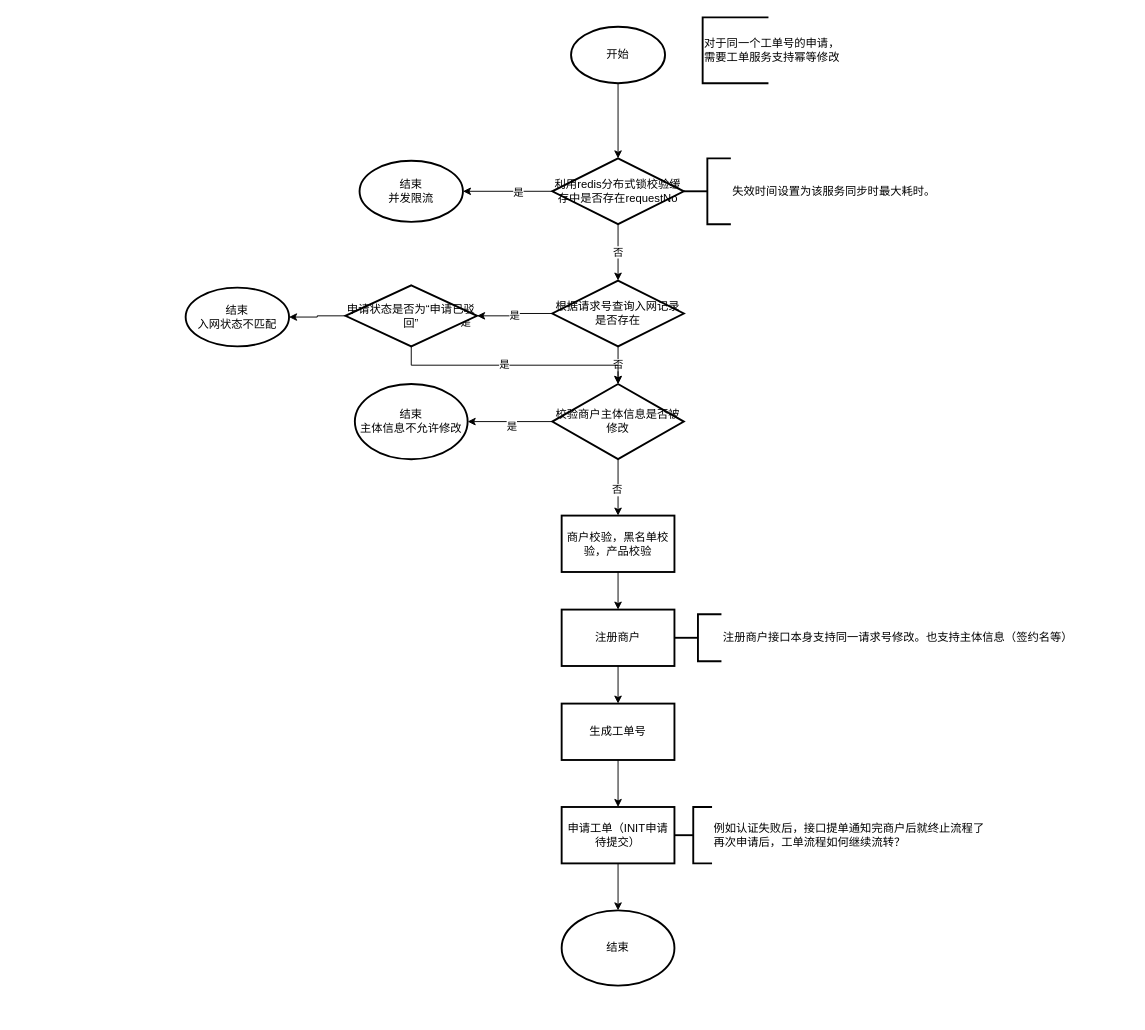
Earlier version of the draw.io diagram Untitled Diagram.drawio (fengyong7723131/work). Source tidied: cells renumbered, new cells numbered last; positions are measured from the earlier drawing's top-left corner, leaving out a move shared by most shapes. Both pictures are drawn from the tidied source at 94%, with x=0, y=0 at pixel (185, 17).
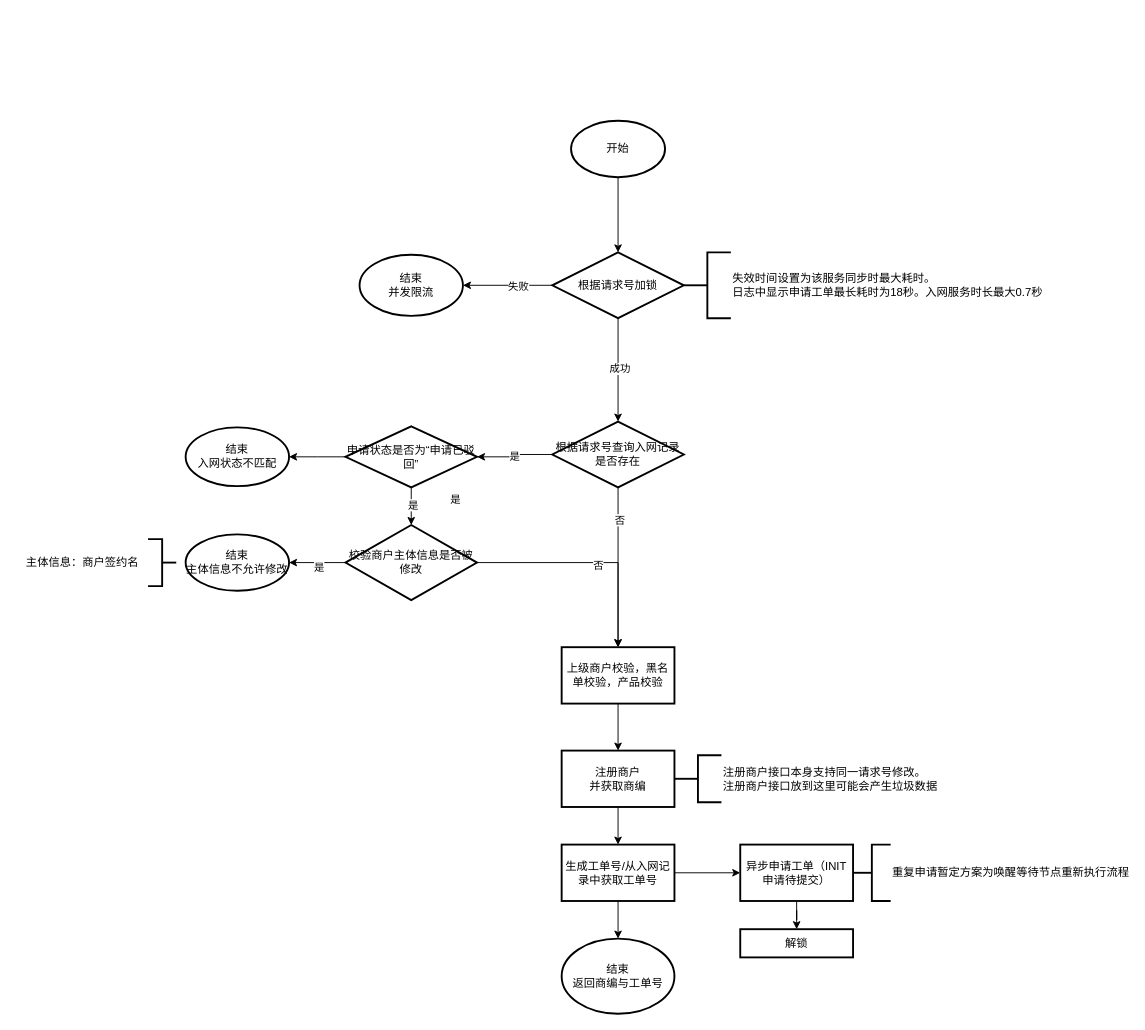
The same diagram, later.

The change refers to these unchanged cells:
```xml
<mxCell id="23" style="edgeStyle=orthogonalEdgeStyle;rounded=0;jettySize=auto;html=1;" parent="1" edge="1" source="26" target="28">
  <mxGeometry relative="1" as="geometry" />
</mxCell>
```

The edit, as a diff of the source:
```diff
@@
     <mxCell id="3" value="开始" style="strokeWidth=2;html=1;shape=mxgraph.flowchart.start_1;whiteSpace=wrap;" parent="1" vertex="1">
-      <mxGeometry x="410" y="10" width="100" height="60" as="geometry" />
+      <mxGeometry x="410" y="110" width="100" height="60" as="geometry" />
     </mxCell>
@@
-    <mxCell id="5" value="商户校验，黑名单校验，产品校验" style="whiteSpace=wrap;html=1;strokeWidth=2;" parent="1" vertex="1">
-      <mxGeometry x="400" y="530" width="120" height="60" as="geometry" />
+    <mxCell id="5" value="上级商户校验，黑名单校验，产品校验" style="whiteSpace=wrap;html=1;strokeWidth=2;" parent="1" vertex="1">
+      <mxGeometry x="400" y="670" width="120" height="60" as="geometry" />
     </mxCell>
@@
-    <mxCell id="7" value="注册商户" style="whiteSpace=wrap;html=1;strokeWidth=2;" parent="1" vertex="1">
-      <mxGeometry x="400" y="630" width="120" height="60" as="geometry" />
+    <mxCell id="7" value="注册商户&lt;br&gt;并获取商编" style="whiteSpace=wrap;html=1;strokeWidth=2;" parent="1" vertex="1">
+      <mxGeometry x="400" y="780" width="120" height="60" as="geometry" />
     </mxCell>
+    <mxCell id="38" style="edgeStyle=orthogonalEdgeStyle;rounded=0;jettySize=auto;html=1;exitX=0.5;exitY=1;exitDx=0;exitDy=0;" parent="1" edge="1" source="9" target="12">
+      <mxGeometry relative="1" as="geometry" />
+    </mxCell>
@@
-    <mxCell id="9" value="生成工单号" style="whiteSpace=wrap;html=1;strokeWidth=2;" parent="1" vertex="1">
-      <mxGeometry x="400" y="730" width="120" height="60" as="geometry" />
+    <mxCell id="9" value="生成工单号/从入网记录中获取工单号" style="whiteSpace=wrap;html=1;strokeWidth=2;" parent="1" vertex="1">
+      <mxGeometry x="400" y="880" width="120" height="60" as="geometry" />
     </mxCell>
-    <mxCell id="10" style="edgeStyle=orthogonalEdgeStyle;rounded=0;jettySize=auto;html=1;" parent="1" edge="1" source="11" target="12">
-      <mxGeometry relative="1" as="geometry" />
-    </mxCell>
+    <mxCell id="39" style="edgeStyle=orthogonalEdgeStyle;rounded=0;jettySize=auto;html=1;" parent="1" edge="1" source="11" target="45">
+      <mxGeometry relative="1" as="geometry" />
+    </mxCell>
-    <mxCell id="11" value="申请工单（INIT申请待提交）" style="whiteSpace=wrap;html=1;strokeWidth=2;" parent="1" vertex="1">
-      <mxGeometry x="400" y="840" width="120" height="60" as="geometry" />
+    <mxCell id="11" value="异步申请工单（INIT申请待提交）" style="whiteSpace=wrap;html=1;strokeWidth=2;" parent="1" vertex="1">
+      <mxGeometry x="590" y="880" width="120" height="60" as="geometry" />
     </mxCell>
-    <mxCell id="12" value="结束" style="ellipse;whiteSpace=wrap;html=1;strokeWidth=2;" parent="1" vertex="1">
-      <mxGeometry x="400" y="950" width="120" height="80" as="geometry" />
+    <mxCell id="12" value="结束&lt;br&gt;返回商编与工单号" style="ellipse;whiteSpace=wrap;html=1;strokeWidth=2;" parent="1" vertex="1">
+      <mxGeometry x="400" y="980" width="120" height="80" as="geometry" />
     </mxCell>
@@
-    <mxCell id="15" value="否" style="edgeStyle=orthogonalEdgeStyle;rounded=0;jettySize=auto;html=1;entryX=0.5;entryY=0;entryDx=0;entryDy=0;entryPerimeter=0;" parent="1" edge="1" source="16" target="35">
-      <mxGeometry relative="1" as="geometry" />
-    </mxCell>
+    <mxCell id="40" style="edgeStyle=orthogonalEdgeStyle;rounded=0;jettySize=auto;html=1;exitX=0.5;exitY=1;exitDx=0;exitDy=0;exitPerimeter=0;entryX=0.5;entryY=0;entryDx=0;entryDy=0;" parent="1" edge="1" source="16" target="5">
+      <mxGeometry relative="1" as="geometry" />
+    </mxCell>
+    <mxCell id="41" value="否" style="edgeLabel;html=1;align=center;verticalAlign=middle;" parent="40" vertex="1">
+      <mxGeometry x="-0.6" y="1" relative="1" as="geometry" />
+    </mxCell>
     <mxCell id="16" value="根据请求号查询入网记录是否存在" style="strokeWidth=2;html=1;shape=mxgraph.flowchart.decision;whiteSpace=wrap;" parent="1" vertex="1">
-      <mxGeometry x="390" y="280" width="140" height="70" as="geometry" />
+      <mxGeometry x="390" y="430" width="140" height="70" as="geometry" />
     </mxCell>
-    <mxCell id="17" value="对于同一个工单号的申请，&lt;br&gt;需要工单服务支持幂等修改" style="strokeWidth=2;html=1;shape=mxgraph.flowchart.annotation_1;align=left;" parent="1" vertex="1">
-      <mxGeometry x="550" width="70" height="70" as="geometry" />
-    </mxCell>
@@
     <mxCell id="22" value="申请状态是否为“申请已驳回”" style="strokeWidth=2;html=1;shape=mxgraph.flowchart.decision;whiteSpace=wrap;" parent="1" vertex="1">
-      <mxGeometry x="170" y="285" width="140" height="65" as="geometry" />
+      <mxGeometry x="170" y="435" width="140" height="65" as="geometry" />
     </mxCell>
@@
-    <mxCell id="24" value="是" style="edgeLabel;html=1;align=center;verticalAlign=middle;" parent="23" vertex="1">
+    <mxCell id="24" value="失败" style="edgeLabel;html=1;align=center;verticalAlign=middle;" parent="23" vertex="1">
       <mxGeometry x="-0.23" relative="1" as="geometry" />
     </mxCell>
-    <mxCell id="25" value="否" style="edgeStyle=orthogonalEdgeStyle;rounded=0;jettySize=auto;html=1;entryX=0.5;entryY=0;entryDx=0;entryDy=0;entryPerimeter=0;" parent="1" edge="1" source="26" target="16">
+    <mxCell id="25" style="edgeStyle=orthogonalEdgeStyle;rounded=0;jettySize=auto;html=1;entryX=0.5;entryY=0;entryDx=0;entryDy=0;entryPerimeter=0;" parent="1" edge="1" source="26" target="16">
       <mxGeometry relative="1" as="geometry" />
     </mxCell>
+    <mxCell id="42" value="成功" style="edgeLabel;html=1;align=center;verticalAlign=middle;" parent="25" vertex="1">
+      <mxGeometry x="-0.03" y="1" relative="1" as="geometry" />
+    </mxCell>
-    <mxCell id="26" value="利用redis分布式锁校验缓存中是否存在requestNo" style="strokeWidth=2;html=1;shape=mxgraph.flowchart.decision;whiteSpace=wrap;" parent="1" vertex="1">
-      <mxGeometry x="390" y="150" width="140" height="70" as="geometry" />
+    <mxCell id="26" value="根据请求号加锁" style="strokeWidth=2;html=1;shape=mxgraph.flowchart.decision;whiteSpace=wrap;" parent="1" vertex="1">
+      <mxGeometry x="390" y="250" width="140" height="70" as="geometry" />
     </mxCell>
-    <mxCell id="27" value="失效时间设置为该服务同步时最大耗时。" style="strokeWidth=2;html=1;shape=mxgraph.flowchart.annotation_2;align=left;labelPosition=right;" parent="1" vertex="1">
-      <mxGeometry x="530" y="150" width="50" height="70" as="geometry" />
+    <mxCell id="27" value="失效时间设置为该服务同步时最大耗时。&lt;br&gt;日志中显示申请工单最长耗时为18秒。入网服务时长最大0.7秒" style="strokeWidth=2;html=1;shape=mxgraph.flowchart.annotation_2;align=left;labelPosition=right;" parent="1" vertex="1">
+      <mxGeometry x="530" y="250" width="50" height="70" as="geometry" />
     </mxCell>
     <mxCell id="28" value="结束&lt;br&gt;并发限流" style="ellipse;whiteSpace=wrap;html=1;strokeWidth=2;" parent="1" vertex="1">
-      <mxGeometry x="185" y="152.5" width="110" height="65" as="geometry" />
+      <mxGeometry x="185" y="252.5" width="110" height="65" as="geometry" />
     </mxCell>
     <mxCell id="29" value="结束&lt;br&gt;入网状态不匹配" style="ellipse;whiteSpace=wrap;html=1;strokeWidth=2;" parent="1" vertex="1">
-      <mxGeometry y="287.5" width="110" height="62.5" as="geometry" />
+      <mxGeometry y="436.2" width="110" height="62.5" as="geometry" />
     </mxCell>
-    <mxCell id="30" value="注册商户接口本身支持同一请求号修改。也支持主体信息（签约名等）" style="strokeWidth=2;html=1;shape=mxgraph.flowchart.annotation_2;align=left;labelPosition=right;" parent="1" vertex="1">
-      <mxGeometry x="520" y="635" width="50" height="50" as="geometry" />
+    <mxCell id="30" value="注册商户接口本身支持同一请求号修改。&lt;br&gt;注册商户接口放到这里可能会产生垃圾数据" style="strokeWidth=2;html=1;shape=mxgraph.flowchart.annotation_2;align=left;labelPosition=right;" parent="1" vertex="1">
+      <mxGeometry x="520" y="785" width="50" height="50" as="geometry" />
     </mxCell>
@@
     <mxCell id="35" value="校验商户主体信息是否被修改" style="strokeWidth=2;html=1;shape=mxgraph.flowchart.decision;whiteSpace=wrap;" parent="1" vertex="1">
-      <mxGeometry x="390" y="390" width="140" height="80" as="geometry" />
+      <mxGeometry x="170" y="540" width="140" height="80" as="geometry" />
     </mxCell>
     <mxCell id="36" value="结束&lt;br&gt;主体信息不允许修改" style="ellipse;whiteSpace=wrap;html=1;strokeWidth=2;" parent="1" vertex="1">
-      <mxGeometry x="180" y="390" width="120" height="80" as="geometry" />
+      <mxGeometry y="550" width="110" height="60" as="geometry" />
     </mxCell>
-    <mxCell id="37" value="例如认证失败后，接口提单通知完商户后就终止流程了&lt;br&gt;再次申请后，工单流程如何继续流转？" style="strokeWidth=2;html=1;shape=mxgraph.flowchart.annotation_2;align=left;labelPosition=right;" parent="1" vertex="1">
-      <mxGeometry x="520" y="840" width="40" height="60" as="geometry" />
+    <mxCell id="37" value="重复申请暂定方案为唤醒等待节点重新执行流程" style="strokeWidth=2;html=1;shape=mxgraph.flowchart.annotation_2;align=left;labelPosition=right;" parent="1" vertex="1">
+      <mxGeometry x="710" y="880" width="40" height="60" as="geometry" />
     </mxCell>
+    <mxCell id="43" style="strokeWidth=2;html=1;shape=mxgraph.flowchart.annotation_2;align=left;labelPosition=right;direction=west;" parent="1" vertex="1">
+      <mxGeometry x="-40" y="555" width="30" height="50" as="geometry" />
+    </mxCell>
+    <mxCell id="44" value="主体信息：商户签约名" style="text;html=1;align=center;verticalAlign=middle;" parent="1" vertex="1">
+      <mxGeometry x="-180" y="570" width="140" height="20" as="geometry" />
+    </mxCell>
+    <mxCell id="45" value="解锁" style="whiteSpace=wrap;html=1;strokeWidth=2;" parent="1" vertex="1">
+      <mxGeometry x="590" y="970" width="120" height="30" as="geometry" />
+    </mxCell>
```
